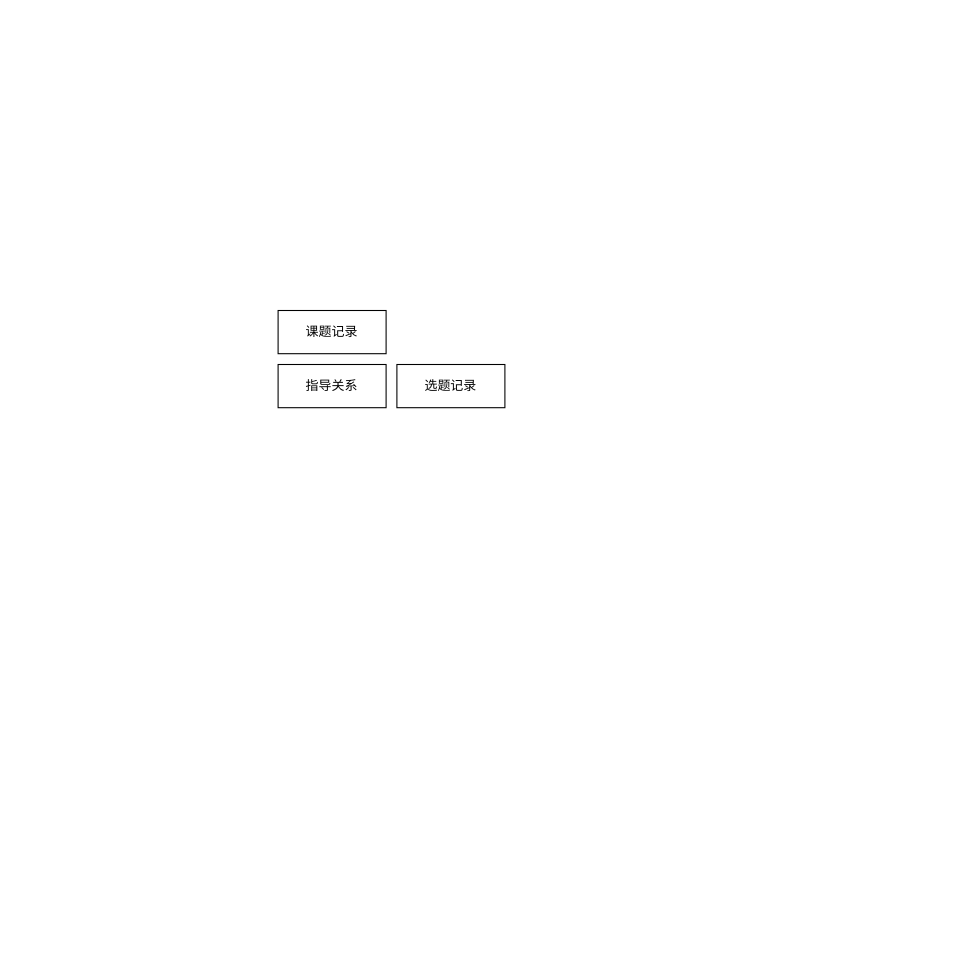
Above: page "课题服务" (2 of 4) of 毕设管理系统/ER模型图.drawio in FdfGithub/drawio (draw.io), before the change. Source tidied: cells renumbered, new cells numbered last; positions are measured from the earlier drawing's top-left corner, leaving out a move shared by most shapes. Both pictures are drawn from the tidied source at 108%, with x=0, y=0 at pixel (278, 310).
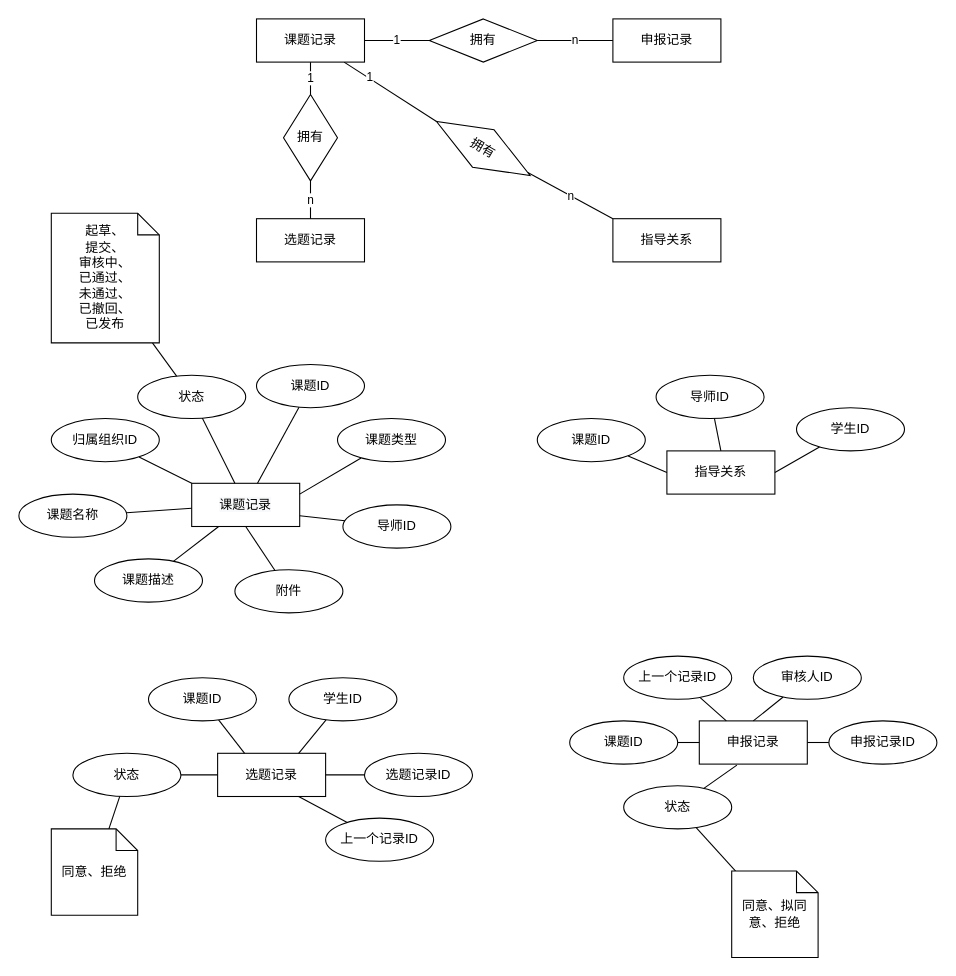
The same page after the edit.

Diff of the diagram source:
```diff
@@
+    <mxCell id="5" value="1" style="edgeStyle=none;rounded=0;jettySize=auto;html=1;entryX=0.5;entryY=0;entryDx=0;entryDy=0;endArrow=none;endFill=0;" parent="1" edge="1" source="2" target="59">
+      <mxGeometry relative="1" as="geometry" />
+    </mxCell>
+    <mxCell id="6" style="edgeStyle=none;rounded=0;jettySize=auto;html=1;entryX=0;entryY=0.5;entryDx=0;entryDy=0;endArrow=none;endFill=0;" parent="1" edge="1" source="2" target="61">
+      <mxGeometry relative="1" as="geometry" />
+    </mxCell>
+    <mxCell id="7" value="1" style="edgeLabel;html=1;align=center;verticalAlign=middle;" parent="6" vertex="1">
+      <mxGeometry x="-0.47" y="1" relative="1" as="geometry" />
+    </mxCell>
     <mxCell id="2" value="课题记录" style="whiteSpace=wrap;html=1;align=center;" parent="1" vertex="1">
-      <mxGeometry width="100" height="40" as="geometry" />
+      <mxGeometry x="-20" y="-270" width="100" height="40" as="geometry" />
     </mxCell>
     <mxCell id="3" value="指导关系" style="whiteSpace=wrap;html=1;align=center;" parent="1" vertex="1">
-      <mxGeometry y="50" width="100" height="40" as="geometry" />
+      <mxGeometry x="310" y="-85" width="100" height="40" as="geometry" />
     </mxCell>
     <mxCell id="4" value="选题记录" style="whiteSpace=wrap;html=1;align=center;" parent="1" vertex="1">
-      <mxGeometry x="110" y="50" width="100" height="40" as="geometry" />
+      <mxGeometry x="-20" y="-85" width="100" height="40" as="geometry" />
     </mxCell>
+    <mxCell id="8" value="&#10;&#10;&lt;span style=&quot;color: rgb(0, 0, 0); font-family: helvetica; font-size: 12px; font-style: normal; font-weight: 400; letter-spacing: normal; text-align: center; text-indent: 0px; text-transform: none; word-spacing: 0px; background-color: rgb(248, 249, 250); display: inline; float: none;&quot;&gt;课题记录&lt;/span&gt;&#10;&#10;" style="whiteSpace=wrap;html=1;align=center;" parent="1" vertex="1">
+      <mxGeometry x="-80" y="160" width="100" height="40" as="geometry" />
+    </mxCell>
+    <mxCell id="9" style="edgeStyle=none;rounded=0;jettySize=auto;html=1;entryX=1;entryY=0.25;entryDx=0;entryDy=0;endArrow=none;endFill=0;" parent="1" edge="1" source="10" target="8">
+      <mxGeometry relative="1" as="geometry" />
+    </mxCell>
+    <mxCell id="10" value="课题类型" style="ellipse;whiteSpace=wrap;html=1;align=center;" parent="1" vertex="1">
+      <mxGeometry x="55" y="100" width="100" height="40" as="geometry" />
+    </mxCell>
+    <mxCell id="11" style="edgeStyle=none;rounded=0;jettySize=auto;html=1;entryX=0;entryY=0;entryDx=0;entryDy=0;endArrow=none;endFill=0;" parent="1" edge="1" source="12" target="8">
+      <mxGeometry relative="1" as="geometry" />
+    </mxCell>
+    <mxCell id="12" value="归属组织ID" style="ellipse;whiteSpace=wrap;html=1;align=center;" parent="1" vertex="1">
+      <mxGeometry x="-210" y="100" width="100" height="40" as="geometry" />
+    </mxCell>
+    <mxCell id="13" style="edgeStyle=none;rounded=0;jettySize=auto;html=1;endArrow=none;endFill=0;" parent="1" edge="1" source="14" target="8">
+      <mxGeometry relative="1" as="geometry" />
+    </mxCell>
+    <mxCell id="14" value="课题ID" style="ellipse;whiteSpace=wrap;html=1;align=center;" parent="1" vertex="1">
+      <mxGeometry x="-20" y="50" width="100" height="40" as="geometry" />
+    </mxCell>
+    <mxCell id="15" style="edgeStyle=none;rounded=0;jettySize=auto;html=1;entryX=0.4;entryY=0;entryDx=0;entryDy=0;endArrow=none;endFill=0;entryPerimeter=0;" parent="1" edge="1" source="16" target="8">
+      <mxGeometry relative="1" as="geometry" />
+    </mxCell>
+    <mxCell id="16" value="状态" style="ellipse;whiteSpace=wrap;html=1;align=center;" parent="1" vertex="1">
+      <mxGeometry x="-130" y="60" width="100" height="40" as="geometry" />
+    </mxCell>
+    <mxCell id="17" value="选题记录" style="whiteSpace=wrap;html=1;align=center;" parent="1" vertex="1">
+      <mxGeometry x="-56" y="410" width="100" height="40" as="geometry" />
+    </mxCell>
+    <mxCell id="18" style="edgeStyle=none;rounded=0;jettySize=auto;html=1;entryX=0.25;entryY=0;entryDx=0;entryDy=0;endArrow=none;endFill=0;" parent="1" edge="1" source="19" target="17">
+      <mxGeometry relative="1" as="geometry" />
+    </mxCell>
+    <mxCell id="19" value="课题ID" style="ellipse;whiteSpace=wrap;html=1;align=center;" parent="1" vertex="1">
+      <mxGeometry x="-120" y="340" width="100" height="40" as="geometry" />
+    </mxCell>
+    <mxCell id="20" style="edgeStyle=none;rounded=0;jettySize=auto;html=1;entryX=0.75;entryY=0;entryDx=0;entryDy=0;endArrow=none;endFill=0;" parent="1" edge="1" source="21" target="17">
+      <mxGeometry relative="1" as="geometry" />
+    </mxCell>
+    <mxCell id="21" value="学生ID" style="ellipse;whiteSpace=wrap;html=1;align=center;" parent="1" vertex="1">
+      <mxGeometry x="10" y="340" width="100" height="40" as="geometry" />
+    </mxCell>
+    <mxCell id="22" style="edgeStyle=none;rounded=0;jettySize=auto;html=1;entryX=1;entryY=0.5;entryDx=0;entryDy=0;endArrow=none;endFill=0;" parent="1" edge="1" source="23" target="17">
+      <mxGeometry relative="1" as="geometry" />
+    </mxCell>
+    <mxCell id="23" value="选题记录ID" style="ellipse;whiteSpace=wrap;html=1;align=center;" parent="1" vertex="1">
+      <mxGeometry x="80" y="410" width="100" height="40" as="geometry" />
+    </mxCell>
+    <mxCell id="24" style="edgeStyle=none;rounded=0;jettySize=auto;html=1;entryX=0;entryY=0.5;entryDx=0;entryDy=0;endArrow=none;endFill=0;" parent="1" edge="1" source="25" target="34">
+      <mxGeometry relative="1" as="geometry" />
+    </mxCell>
+    <mxCell id="25" value="申报记录" style="whiteSpace=wrap;html=1;align=center;" parent="1" vertex="1">
+      <mxGeometry x="390" y="380" width="100" height="40" as="geometry" />
+    </mxCell>
+    <mxCell id="26" style="edgeStyle=none;rounded=0;jettySize=auto;html=1;endArrow=none;endFill=0;entryX=1;entryY=0.75;entryDx=0;entryDy=0;" parent="1" edge="1" source="27" target="8">
+      <mxGeometry relative="1" as="geometry" />
+    </mxCell>
+    <mxCell id="27" value="导师ID" style="ellipse;whiteSpace=wrap;html=1;align=center;" parent="1" vertex="1">
+      <mxGeometry x="60" y="180" width="100" height="40" as="geometry" />
+    </mxCell>
+    <mxCell id="28" style="edgeStyle=none;rounded=0;jettySize=auto;html=1;entryX=0.5;entryY=0;entryDx=0;entryDy=0;endArrow=none;endFill=0;" parent="1" edge="1" source="29" target="25">
+      <mxGeometry relative="1" as="geometry" />
+    </mxCell>
+    <mxCell id="29" value="审核人ID" style="ellipse;whiteSpace=wrap;html=1;align=center;" parent="1" vertex="1">
+      <mxGeometry x="440" y="320" width="100" height="40" as="geometry" />
+    </mxCell>
+    <mxCell id="30" style="edgeStyle=none;rounded=0;jettySize=auto;html=1;entryX=0.5;entryY=1;entryDx=0;entryDy=0;endArrow=none;endFill=0;" parent="1" edge="1" source="31" target="8">
+      <mxGeometry relative="1" as="geometry" />
+    </mxCell>
+    <mxCell id="31" value="附件" style="ellipse;whiteSpace=wrap;html=1;align=center;" parent="1" vertex="1">
+      <mxGeometry x="-40" y="240" width="100" height="40" as="geometry" />
+    </mxCell>
+    <mxCell id="32" style="edgeStyle=none;rounded=0;jettySize=auto;html=1;endArrow=none;endFill=0;entryX=0.25;entryY=0;entryDx=0;entryDy=0;" parent="1" edge="1" source="33" target="25">
+      <mxGeometry relative="1" as="geometry" />
+    </mxCell>
+    <mxCell id="33" value="上一个记录ID" style="ellipse;whiteSpace=wrap;html=1;align=center;" parent="1" vertex="1">
+      <mxGeometry x="320" y="320" width="100" height="40" as="geometry" />
+    </mxCell>
+    <mxCell id="34" value="申报记录ID" style="ellipse;whiteSpace=wrap;html=1;align=center;" parent="1" vertex="1">
+      <mxGeometry x="510" y="380" width="100" height="40" as="geometry" />
+    </mxCell>
+    <mxCell id="35" style="edgeStyle=none;rounded=0;jettySize=auto;html=1;entryX=0.75;entryY=1;entryDx=0;entryDy=0;endArrow=none;endFill=0;" parent="1" edge="1" source="36" target="17">
+      <mxGeometry relative="1" as="geometry" />
+    </mxCell>
+    <mxCell id="36" value="上一个记录ID" style="ellipse;whiteSpace=wrap;html=1;align=center;" parent="1" vertex="1">
+      <mxGeometry x="44" y="470" width="100" height="40" as="geometry" />
+    </mxCell>
+    <mxCell id="37" style="edgeStyle=none;rounded=0;jettySize=auto;html=1;endArrow=none;endFill=0;" parent="1" edge="1" source="38" target="17">
+      <mxGeometry relative="1" as="geometry" />
+    </mxCell>
+    <mxCell id="38" value="状态" style="ellipse;whiteSpace=wrap;html=1;align=center;" parent="1" vertex="1">
+      <mxGeometry x="-190" y="410" width="100" height="40" as="geometry" />
+    </mxCell>
+    <mxCell id="39" style="edgeStyle=none;rounded=0;jettySize=auto;html=1;entryX=0;entryY=0.5;entryDx=0;entryDy=0;endArrow=none;endFill=0;" parent="1" edge="1" source="40" target="25">
+      <mxGeometry relative="1" as="geometry" />
+    </mxCell>
+    <mxCell id="40" value="课题ID" style="ellipse;whiteSpace=wrap;html=1;align=center;" parent="1" vertex="1">
+      <mxGeometry x="270" y="380" width="100" height="40" as="geometry" />
+    </mxCell>
+    <mxCell id="41" style="edgeStyle=none;rounded=0;jettySize=auto;html=1;endArrow=none;endFill=0;" parent="1" edge="1" source="42" target="8">
+      <mxGeometry relative="1" as="geometry" />
+    </mxCell>
+    <mxCell id="42" value="课题名称" style="ellipse;whiteSpace=wrap;html=1;align=center;" parent="1" vertex="1">
+      <mxGeometry x="-240" y="170" width="100" height="40" as="geometry" />
+    </mxCell>
+    <mxCell id="43" style="edgeStyle=none;rounded=0;jettySize=auto;html=1;entryX=0.25;entryY=1;entryDx=0;entryDy=0;endArrow=none;endFill=0;" parent="1" edge="1" source="44" target="8">
+      <mxGeometry relative="1" as="geometry" />
+    </mxCell>
+    <mxCell id="44" value="课题描述" style="ellipse;whiteSpace=wrap;html=1;align=center;" parent="1" vertex="1">
+      <mxGeometry x="-170" y="230" width="100" height="40" as="geometry" />
+    </mxCell>
+    <mxCell id="45" style="edgeStyle=none;rounded=0;jettySize=auto;html=1;entryX=0.348;entryY=1.025;entryDx=0;entryDy=0;entryPerimeter=0;endArrow=none;endFill=0;" parent="1" edge="1" source="46" target="25">
+      <mxGeometry relative="1" as="geometry" />
+    </mxCell>
+    <mxCell id="46" value="状态" style="ellipse;whiteSpace=wrap;html=1;align=center;" parent="1" vertex="1">
+      <mxGeometry x="320" y="440" width="100" height="40" as="geometry" />
+    </mxCell>
+    <mxCell id="47" value="指导关系" style="whiteSpace=wrap;html=1;align=center;" parent="1" vertex="1">
+      <mxGeometry x="360" y="130" width="100" height="40" as="geometry" />
+    </mxCell>
+    <mxCell id="48" value="申报记录" style="whiteSpace=wrap;html=1;align=center;" parent="1" vertex="1">
+      <mxGeometry x="310" y="-270" width="100" height="40" as="geometry" />
+    </mxCell>
+    <mxCell id="49" style="edgeStyle=none;rounded=0;jettySize=auto;html=1;entryX=0;entryY=0.5;entryDx=0;entryDy=0;endArrow=none;endFill=0;" parent="1" edge="1" source="50" target="47">
+      <mxGeometry relative="1" as="geometry" />
+    </mxCell>
+    <mxCell id="50" value="课题ID" style="ellipse;whiteSpace=wrap;html=1;align=center;" parent="1" vertex="1">
+      <mxGeometry x="240" y="100" width="100" height="40" as="geometry" />
+    </mxCell>
+    <mxCell id="51" style="edgeStyle=none;rounded=0;jettySize=auto;html=1;entryX=0.5;entryY=0;entryDx=0;entryDy=0;endArrow=none;endFill=0;" parent="1" edge="1" source="52" target="47">
+      <mxGeometry relative="1" as="geometry" />
+    </mxCell>
+    <mxCell id="52" value="导师ID" style="ellipse;whiteSpace=wrap;html=1;align=center;" parent="1" vertex="1">
+      <mxGeometry x="350" y="60" width="100" height="40" as="geometry" />
+    </mxCell>
+    <mxCell id="53" style="edgeStyle=none;rounded=0;jettySize=auto;html=1;entryX=1;entryY=0.5;entryDx=0;entryDy=0;endArrow=none;endFill=0;" parent="1" edge="1" source="54" target="47">
+      <mxGeometry relative="1" as="geometry" />
+    </mxCell>
+    <mxCell id="54" value="学生ID" style="ellipse;whiteSpace=wrap;html=1;align=center;" parent="1" vertex="1">
+      <mxGeometry x="480" y="90" width="100" height="40" as="geometry" />
+    </mxCell>
+    <mxCell id="55" value="n" style="edgeStyle=none;rounded=0;jettySize=auto;html=1;endArrow=none;endFill=0;" parent="1" edge="1" source="57" target="48">
+      <mxGeometry relative="1" as="geometry" />
+    </mxCell>
+    <mxCell id="56" value="1" style="edgeStyle=none;rounded=0;jettySize=auto;html=1;endArrow=none;endFill=0;" parent="1" edge="1" source="57" target="2">
+      <mxGeometry relative="1" as="geometry" />
+    </mxCell>
+    <mxCell id="57" value="拥有" style="shape=rhombus;perimeter=rhombusPerimeter;whiteSpace=wrap;html=1;align=center;" parent="1" vertex="1">
+      <mxGeometry x="140" y="-270" width="100" height="40" as="geometry" />
+    </mxCell>
+    <mxCell id="58" value="n" style="edgeStyle=none;rounded=0;jettySize=auto;html=1;endArrow=none;endFill=0;" parent="1" edge="1" source="59" target="4">
+      <mxGeometry relative="1" as="geometry" />
+    </mxCell>
+    <mxCell id="59" value="拥有" style="shape=rhombus;perimeter=rhombusPerimeter;whiteSpace=wrap;html=1;align=center;" parent="1" vertex="1">
+      <mxGeometry x="5" y="-200" width="50" height="80" as="geometry" />
+    </mxCell>
+    <mxCell id="60" value="n" style="edgeStyle=none;rounded=0;jettySize=auto;html=1;endArrow=none;endFill=0;entryX=0;entryY=0;entryDx=0;entryDy=0;" parent="1" edge="1" source="61" target="3">
+      <mxGeometry relative="1" as="geometry" />
+    </mxCell>
+    <mxCell id="61" value="拥有" style="shape=rhombus;perimeter=rhombusPerimeter;whiteSpace=wrap;html=1;align=center;rotation=30;" parent="1" vertex="1">
+      <mxGeometry x="140" y="-170" width="100" height="40" as="geometry" />
+    </mxCell>
+    <mxCell id="62" style="edgeStyle=none;rounded=0;jettySize=auto;html=1;endArrow=none;endFill=0;" parent="1" edge="1" source="63" target="46">
+      <mxGeometry relative="1" as="geometry" />
+    </mxCell>
+    <mxCell id="63" value="同意、拟同意、拒绝" style="shape=note;size=20;whiteSpace=wrap;html=1;" parent="1" vertex="1">
+      <mxGeometry x="420" y="519" width="80" height="80" as="geometry" />
+    </mxCell>
+    <mxCell id="64" style="edgeStyle=none;rounded=0;jettySize=auto;html=1;endArrow=none;endFill=0;" parent="1" edge="1" source="65" target="38">
+      <mxGeometry relative="1" as="geometry" />
+    </mxCell>
+    <mxCell id="65" value="同意、拒绝" style="shape=note;size=20;whiteSpace=wrap;html=1;" parent="1" vertex="1">
+      <mxGeometry x="-210" y="480" width="80" height="80" as="geometry" />
+    </mxCell>
+    <mxCell id="66" style="edgeStyle=none;rounded=0;jettySize=auto;html=1;endArrow=none;endFill=0;" parent="1" edge="1" source="67" target="16">
+      <mxGeometry relative="1" as="geometry" />
+    </mxCell>
+    <mxCell id="67" value="起草、&lt;br&gt;提交、&lt;br&gt;审核中、&lt;br&gt;已通过、&lt;br&gt;未通过、&lt;br&gt;已撤回、&lt;br&gt;已发布" style="shape=note;size=20;whiteSpace=wrap;html=1;" parent="1" vertex="1">
+      <mxGeometry x="-210" y="-90" width="100" height="120" as="geometry" />
+    </mxCell>
```
